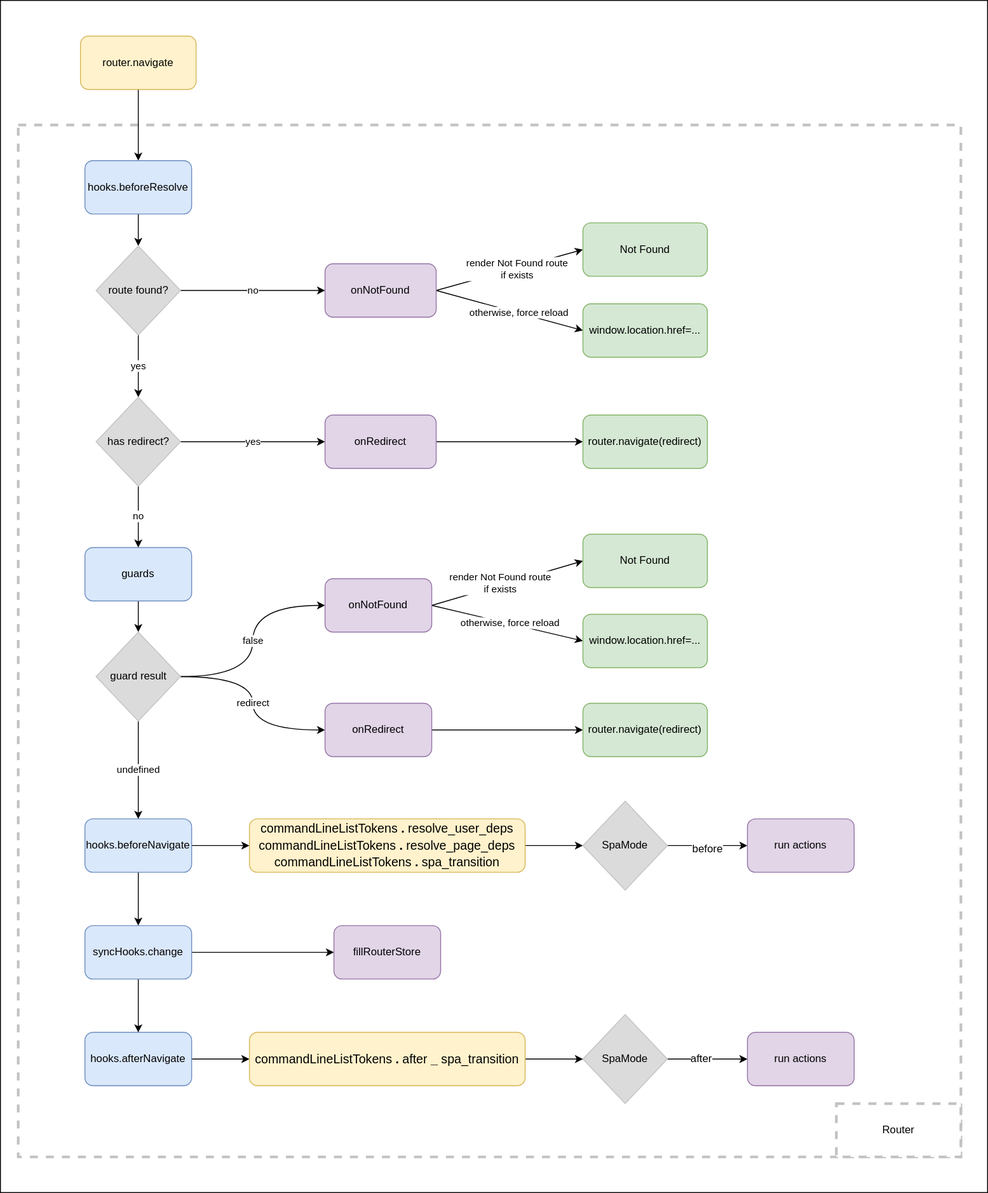
Above: tools/docSite/static/img/router/navigate-flow-client-spa.drawio.svg in Tinkoff/tramvai (draw.io), before the change. Source tidied: cells renumbered, new cells last; positions are measured from the earlier drawing's top-left corner, leaving out a move shared by most shapes.
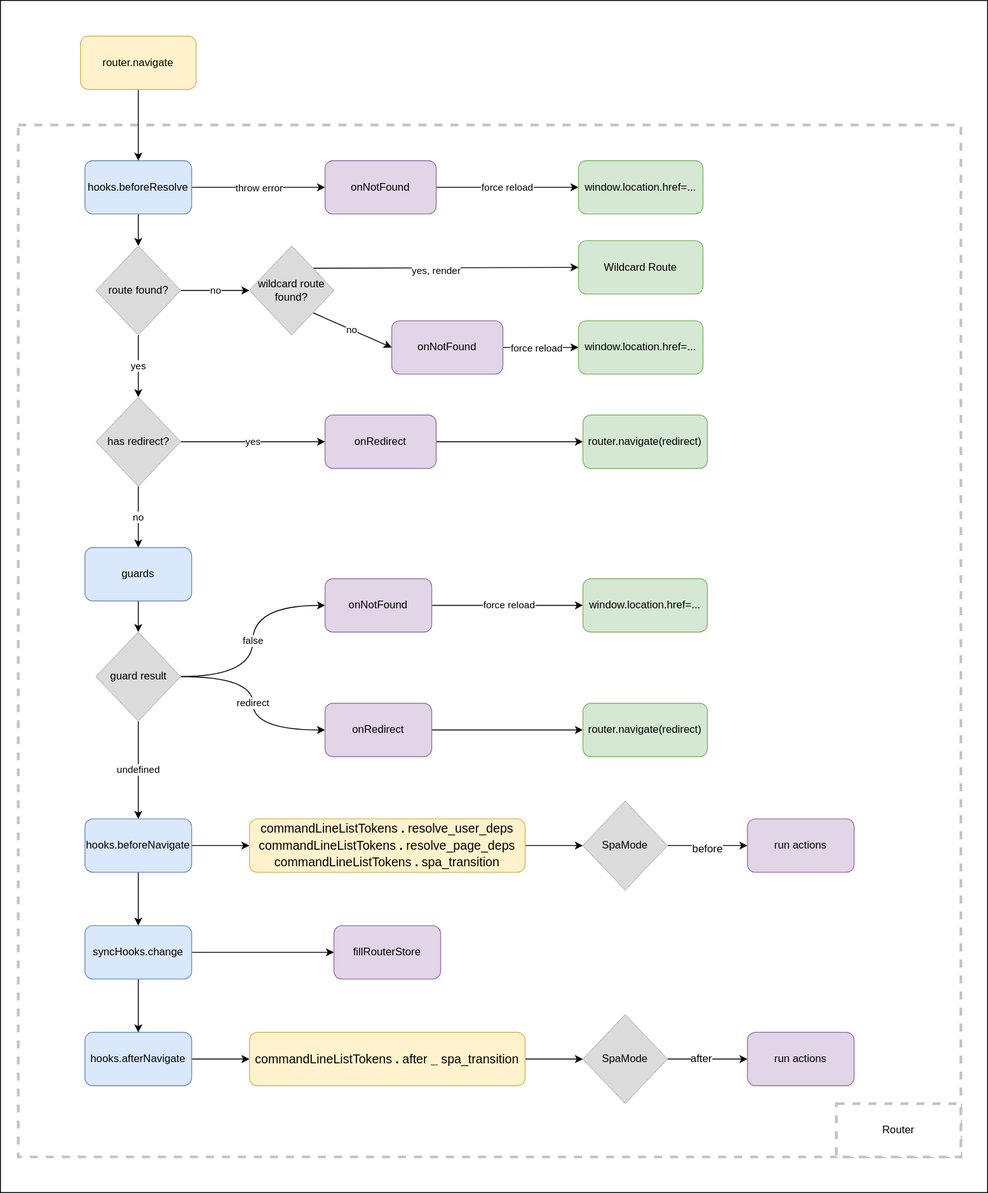
Later version of the same file.

Change to the diagram source:
```diff
@@ -17,6 +17,14 @@
     <mxCell id="6" style="edgeStyle=orthogonalEdgeStyle;rounded=0;jettySize=auto;html=1;exitX=0.5;exitY=1;exitDx=0;exitDy=0;" parent="1" edge="1" source="7" target="16">
       <mxGeometry relative="1" as="geometry" />
     </mxCell>
+    <mxCell id="61" style="edgeStyle=none;html=1;exitX=1;exitY=0.5;exitDx=0;exitDy=0;entryX=0;entryY=0.5;entryDx=0;entryDy=0;" parent="1" edge="1" source="7" target="69">
+      <mxGeometry relative="1" as="geometry" />
+    </mxCell>
+    <mxCell id="62" value="throw error" style="edgeLabel;html=1;align=center;verticalAlign=middle;" parent="61" vertex="1">
+      <mxGeometry x="-0.39" y="1" relative="1" as="geometry">
+        <mxPoint x="29" y="1" as="offset" />
+      </mxGeometry>
+    </mxCell>
     <mxCell id="7" value="hooks.beforeResolve" style="rounded=1;whiteSpace=wrap;html=1;strokeColor=#6c8ebf;strokeWidth=1;fillColor=#dae8fc;" parent="1" vertex="1">
       <mxGeometry x="95" y="180" width="120" height="60" as="geometry" />
     </mxCell>
@@ -49,26 +57,22 @@
     <mxCell id="14" value="yes" style="edgeStyle=orthogonalEdgeStyle;rounded=0;jettySize=auto;html=1;entryX=0.5;entryY=0;entryDx=0;entryDy=0;" parent="1" edge="1" source="16" target="24">
       <mxGeometry relative="1" as="geometry" />
     </mxCell>
-    <mxCell id="15" value="no" style="edgeStyle=orthogonalEdgeStyle;rounded=0;jettySize=auto;html=1;exitX=1;exitY=0.5;exitDx=0;exitDy=0;" parent="1" edge="1" source="16" target="21">
-      <mxGeometry relative="1" as="geometry" />
-    </mxCell>
+    <mxCell id="63" value="no" style="edgeStyle=none;html=1;exitX=1;exitY=0.5;exitDx=0;exitDy=0;entryX=0;entryY=0.5;entryDx=0;entryDy=0;" parent="1" edge="1" source="16" target="67">
+      <mxGeometry relative="1" as="geometry" />
+    </mxCell>
     <mxCell id="16" value="route found?" style="rhombus;whiteSpace=wrap;html=1;rounded=0;strokeColor=#C2C2C2;strokeWidth=1;fillColor=#DBDBDB;" parent="1" vertex="1">
       <mxGeometry x="107.5" y="276" width="95" height="100" as="geometry" />
     </mxCell>
-    <mxCell id="17" style="edgeStyle=none;html=1;exitX=1;exitY=0.5;exitDx=0;exitDy=0;entryX=0;entryY=0.5;entryDx=0;entryDy=0;" parent="1" edge="1" source="21" target="41">
-      <mxGeometry relative="1" as="geometry" />
-    </mxCell>
-    <mxCell id="18" value="render Not Found route&lt;br&gt;if exists" style="edgeLabel;html=1;align=center;verticalAlign=middle;" parent="17" vertex="1">
-      <mxGeometry x="0.09" relative="1" as="geometry" />
-    </mxCell>
     <mxCell id="19" style="edgeStyle=none;html=1;exitX=1;exitY=0.5;exitDx=0;exitDy=0;entryX=0;entryY=0.5;entryDx=0;entryDy=0;" parent="1" edge="1" source="21" target="42">
       <mxGeometry relative="1" as="geometry" />
     </mxCell>
-    <mxCell id="20" value="otherwise, force reload" style="edgeLabel;html=1;align=center;verticalAlign=middle;" parent="19" vertex="1">
-      <mxGeometry x="0.11" y="1" relative="1" as="geometry" />
+    <mxCell id="20" value="force reload" style="edgeLabel;html=1;align=center;verticalAlign=middle;" parent="19" vertex="1">
+      <mxGeometry x="0.11" y="1" relative="1" as="geometry">
+        <mxPoint x="-10" y="1" as="offset" />
+      </mxGeometry>
     </mxCell>
     <mxCell id="21" value="onNotFound" style="rounded=1;whiteSpace=wrap;html=1;strokeColor=#9673A6;strokeWidth=1;fillColor=#E1D5E7;" parent="1" vertex="1">
-      <mxGeometry x="365" y="296" width="125" height="60" as="geometry" />
+      <mxGeometry x="440" y="360" width="125" height="60" as="geometry" />
     </mxCell>
     <mxCell id="22" value="yes" style="edgeStyle=orthogonalEdgeStyle;rounded=0;jettySize=auto;html=1;exitX=1;exitY=0.5;exitDx=0;exitDy=0;entryX=0;entryY=0.5;entryDx=0;entryDy=0;" parent="1" edge="1" source="24" target="26">
       <mxGeometry relative="1" as="geometry" />
@@ -129,11 +133,11 @@
     <mxCell id="40" value="run actions" style="rounded=1;whiteSpace=wrap;html=1;labelBackgroundColor=none;strokeColor=#9673a6;strokeWidth=1;fontSize=12;fillColor=#e1d5e7;" parent="1" vertex="1">
       <mxGeometry x="840" y="1160" width="120" height="60" as="geometry" />
     </mxCell>
-    <mxCell id="41" value="Not Found" style="rounded=1;whiteSpace=wrap;html=1;strokeColor=#82b366;strokeWidth=1;fillColor=#d5e8d4;" parent="1" vertex="1">
-      <mxGeometry x="655" y="250" width="140" height="60" as="geometry" />
+    <mxCell id="41" value="Wildcard Route" style="rounded=1;whiteSpace=wrap;html=1;strokeColor=#82b366;strokeWidth=1;fillColor=#d5e8d4;" parent="1" vertex="1">
+      <mxGeometry x="650" y="270" width="140" height="60" as="geometry" />
     </mxCell>
     <mxCell id="42" value="window.location.href=..." style="rounded=1;whiteSpace=wrap;html=1;strokeColor=#82B366;strokeWidth=1;fillColor=#d5e8d4;" parent="1" vertex="1">
-      <mxGeometry x="655" y="341" width="140" height="60" as="geometry" />
+      <mxGeometry x="650" y="360" width="140" height="60" as="geometry" />
     </mxCell>
     <mxCell id="43" value="router.navigate(redirect)" style="rounded=1;whiteSpace=wrap;html=1;strokeColor=#82B366;strokeWidth=1;fillColor=#D5E8D4;" parent="1" vertex="1">
       <mxGeometry x="655" y="466" width="140" height="60" as="geometry" />
@@ -153,24 +157,15 @@
     <mxCell id="48" value="guard result" style="rhombus;whiteSpace=wrap;html=1;rounded=0;strokeColor=#C2C2C2;strokeWidth=1;fillColor=#DBDBDB;" parent="1" vertex="1">
       <mxGeometry x="107.5" y="710" width="95" height="100" as="geometry" />
     </mxCell>
-    <mxCell id="49" style="edgeStyle=none;rounded=1;html=1;exitX=1;exitY=0.5;exitDx=0;exitDy=0;entryX=0;entryY=0.5;entryDx=0;entryDy=0;" parent="1" edge="1" source="53" target="54">
-      <mxGeometry relative="1" as="geometry" />
-    </mxCell>
-    <mxCell id="50" value="render Not Found route&lt;br&gt;if exists" style="edgeLabel;html=1;align=center;verticalAlign=middle;" parent="49" vertex="1">
-      <mxGeometry x="-0.09" y="3" relative="1" as="geometry" />
-    </mxCell>
     <mxCell id="51" style="edgeStyle=none;rounded=1;html=1;exitX=1;exitY=0.5;exitDx=0;exitDy=0;entryX=0;entryY=0.5;entryDx=0;entryDy=0;" parent="1" edge="1" source="53" target="58">
       <mxGeometry relative="1" as="geometry" />
     </mxCell>
-    <mxCell id="52" value="otherwise, force reload" style="edgeLabel;html=1;align=center;verticalAlign=middle;" parent="51" vertex="1">
+    <mxCell id="52" value="force reload" style="edgeLabel;html=1;align=center;verticalAlign=middle;" parent="51" vertex="1">
       <mxGeometry x="0.01" y="1" relative="1" as="geometry" />
     </mxCell>
     <mxCell id="53" value="onNotFound" style="rounded=1;whiteSpace=wrap;html=1;strokeWidth=1;fillColor=#E1D5E7;strokeColor=#9673A6;" parent="1" vertex="1">
       <mxGeometry x="365" y="650" width="120" height="60" as="geometry" />
     </mxCell>
-    <mxCell id="54" value="Not Found" style="rounded=1;whiteSpace=wrap;html=1;strokeColor=#82b366;strokeWidth=1;fillColor=#d5e8d4;" parent="1" vertex="1">
-      <mxGeometry x="655" y="600" width="140" height="60" as="geometry" />
-    </mxCell>
     <mxCell id="55" style="edgeStyle=orthogonalEdgeStyle;rounded=0;jettySize=auto;html=1;exitX=1;exitY=0.5;exitDx=0;exitDy=0;entryX=0;entryY=0.5;entryDx=0;entryDy=0;" parent="1" edge="1" source="56" target="57">
       <mxGeometry relative="1" as="geometry" />
     </mxCell>
@@ -181,7 +176,7 @@
       <mxGeometry x="655" y="790" width="140" height="60" as="geometry" />
     </mxCell>
     <mxCell id="58" value="window.location.href=..." style="rounded=1;whiteSpace=wrap;html=1;strokeColor=#82b366;strokeWidth=1;fillColor=#d5e8d4;" parent="1" vertex="1">
-      <mxGeometry x="655" y="690" width="140" height="60" as="geometry" />
+      <mxGeometry x="655" y="650" width="140" height="60" as="geometry" />
     </mxCell>
     <mxCell id="59" style="edgeStyle=none;html=1;exitX=1;exitY=0.5;exitDx=0;exitDy=0;entryX=0;entryY=0.5;entryDx=0;entryDy=0;fontColor=#000000;" parent="1" edge="1" source="60" target="36">
       <mxGeometry relative="1" as="geometry" />
@@ -189,5 +184,26 @@
     <mxCell id="60" value="&lt;div style=&quot;font-size: 14px ; line-height: 19px&quot;&gt;commandLineListTokens&lt;span style=&quot;font-weight: bold&quot;&gt;.&lt;/span&gt;after&lt;span style=&quot;font-weight: bold&quot;&gt;_&lt;/span&gt;spa_transition&lt;br&gt;&lt;/div&gt;" style="rounded=1;whiteSpace=wrap;html=1;fillColor=#FFF2CC;strokeColor=#D6B656;labelBackgroundColor=none;fontColor=#000000;" parent="1" vertex="1">
       <mxGeometry x="280" y="1160" width="310" height="60" as="geometry" />
     </mxCell>
+    <mxCell id="64" value="no" style="edgeStyle=none;html=1;exitX=1;exitY=1;exitDx=0;exitDy=0;entryX=0;entryY=0.5;entryDx=0;entryDy=0;" parent="1" edge="1" source="67" target="21">
+      <mxGeometry relative="1" as="geometry" />
+    </mxCell>
+    <mxCell id="65" style="edgeStyle=none;html=1;exitX=1;exitY=0;exitDx=0;exitDy=0;entryX=0;entryY=0.5;entryDx=0;entryDy=0;" parent="1" edge="1" source="67" target="41">
+      <mxGeometry relative="1" as="geometry" />
+    </mxCell>
+    <mxCell id="66" value="yes, render" style="edgeLabel;html=1;align=center;verticalAlign=middle;" parent="65" vertex="1">
+      <mxGeometry x="-0.07" y="-3" relative="1" as="geometry" />
+    </mxCell>
+    <mxCell id="67" value="wildcard route found?" style="rhombus;whiteSpace=wrap;html=1;rounded=0;strokeColor=#C2C2C2;strokeWidth=1;fillColor=#DBDBDB;" parent="1" vertex="1">
+      <mxGeometry x="280" y="276" width="95" height="100" as="geometry" />
+    </mxCell>
+    <mxCell id="68" value="force reload" style="edgeStyle=none;html=1;exitX=1;exitY=0.5;exitDx=0;exitDy=0;entryX=0;entryY=0.5;entryDx=0;entryDy=0;" parent="1" edge="1" source="69" target="70">
+      <mxGeometry relative="1" as="geometry" />
+    </mxCell>
+    <mxCell id="69" value="onNotFound" style="rounded=1;whiteSpace=wrap;html=1;strokeColor=#9673A6;strokeWidth=1;fillColor=#E1D5E7;" parent="1" vertex="1">
+      <mxGeometry x="365" y="180" width="125" height="60" as="geometry" />
+    </mxCell>
+    <mxCell id="70" value="window.location.href=..." style="rounded=1;whiteSpace=wrap;html=1;strokeColor=#82B366;strokeWidth=1;fillColor=#d5e8d4;" parent="1" vertex="1">
+      <mxGeometry x="650" y="180" width="140" height="60" as="geometry" />
+    </mxCell>
   </root>
 </mxGraphModel>
```
